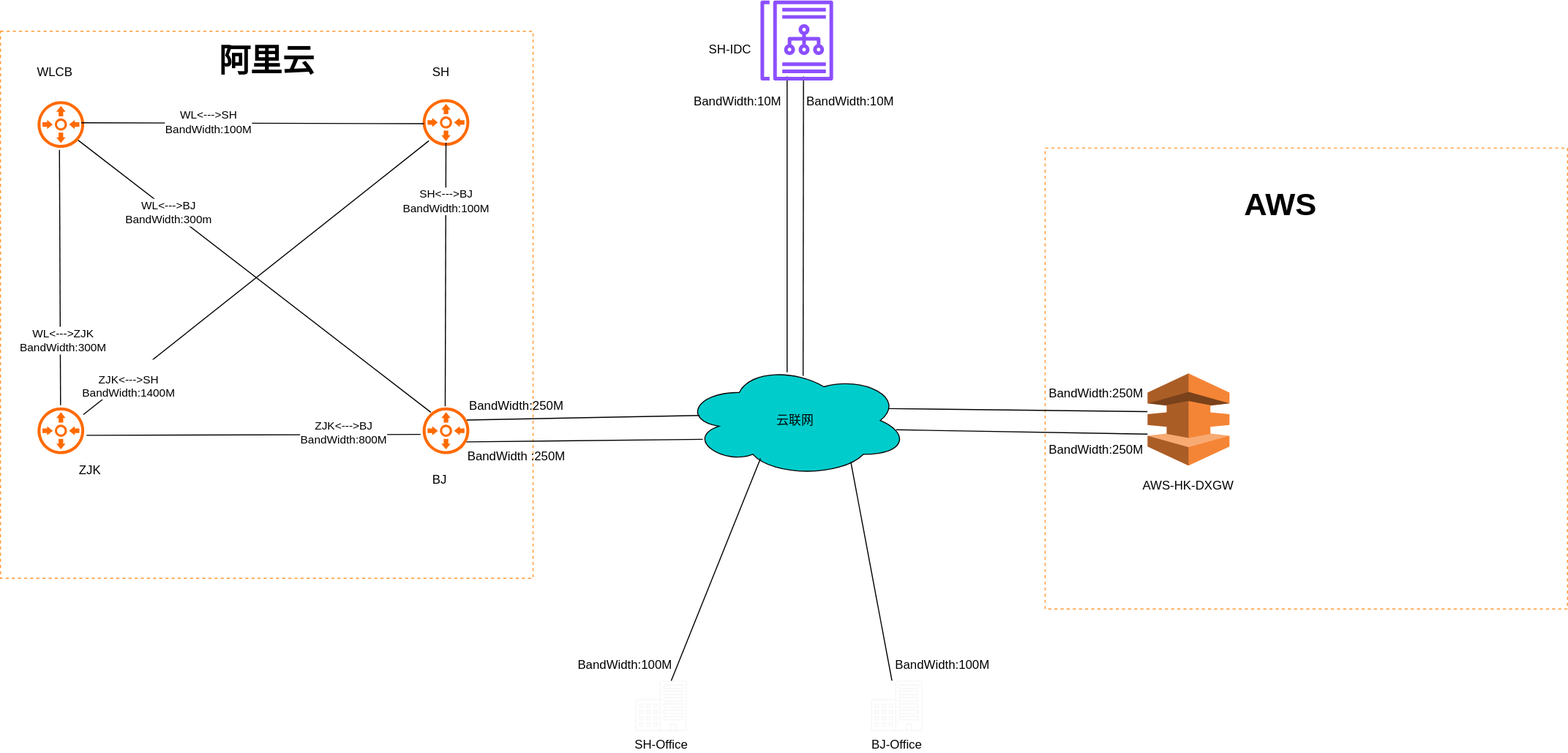
Above: traffic.svg in FailEnd/ITPortal (draw.io), before the change. Source tidied: cells renumbered, new cells last; positions are measured from the earlier drawing's top-left corner, leaving out a move shared by most shapes.
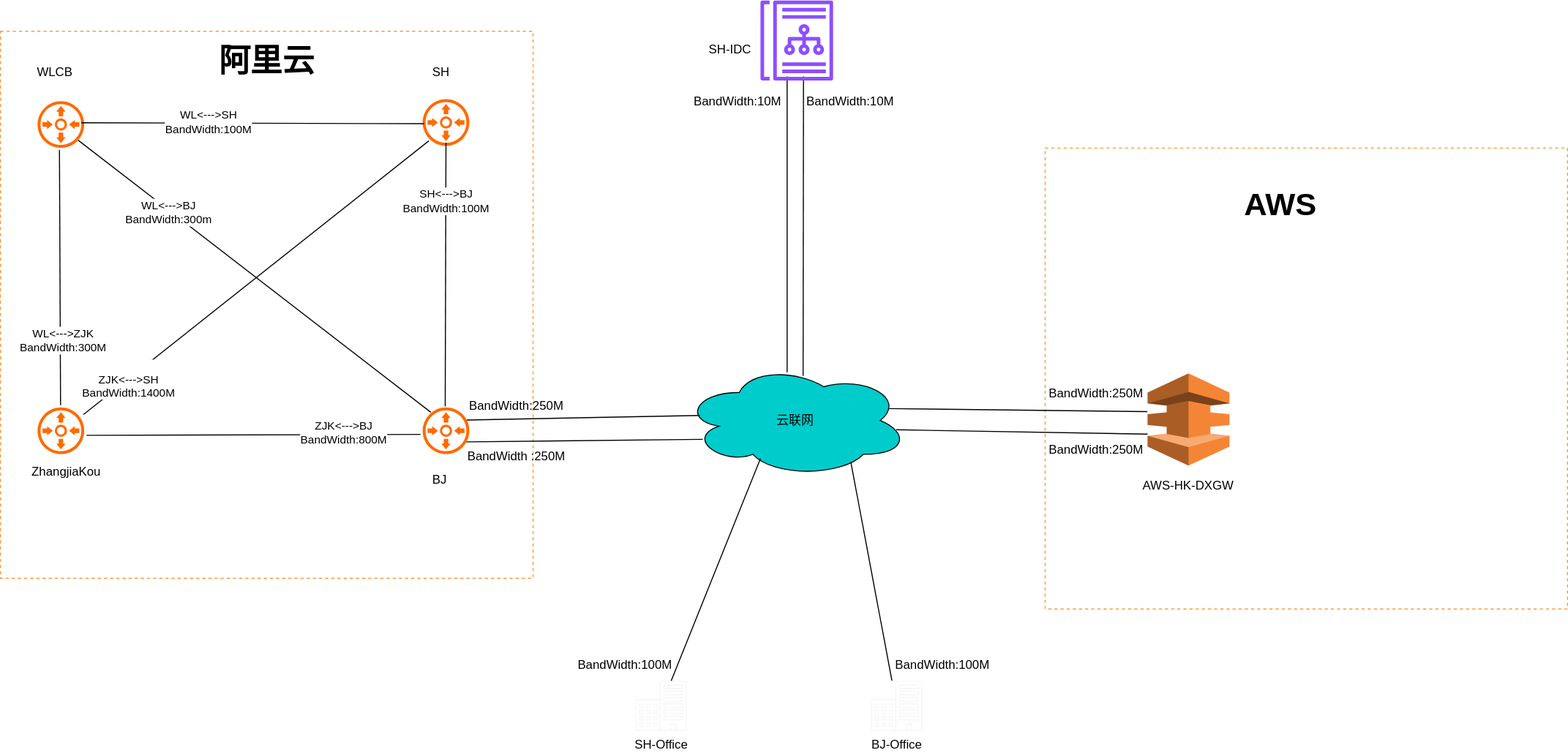
The same diagram one commit later.

The edit, as a diff of the source:
```diff
@@ -2,7 +2,7 @@
   <root>
     <mxCell id="0" />
     <mxCell id="1" parent="0" />
-    <mxCell id="2" style="rounded=0;whiteSpace=wrap;html=1;strokeColor=#FF9933;dashed=1;" parent="1" vertex="1">
+    <mxCell id="2" style="rounded=0;whiteSpace=wrap;html=1;strokeColor=#FF9933;dashed=1;gradientColor=none;" parent="1" vertex="1">
       <mxGeometry y="30" width="520" height="534" as="geometry" />
     </mxCell>
     <mxCell id="3" style="rounded=0;whiteSpace=wrap;html=1;strokeColor=#FF9933;dashed=1;" parent="1" vertex="1">
@@ -152,8 +152,8 @@
     <mxCell id="47" value="BJ-Office" style="sketch=0;verticalLabelPosition=bottom;sketch=0;html=1;verticalAlign=top;strokeColor=none;fillColor=light-dark(#f8f7f7, #ededed);align=center;shape=mxgraph.citrix2.office;" parent="1" vertex="1">
       <mxGeometry x="850" y="664" width="50" height="49.2" as="geometry" />
     </mxCell>
-    <mxCell id="48" value="&lt;span style=&quot;color: rgb(0, 0, 0); font-family: Helvetica; font-size: 12px; font-style: normal; font-variant-ligatures: normal; font-variant-caps: normal; font-weight: 400; letter-spacing: normal; orphans: 2; text-align: center; text-indent: 0px; text-transform: none; widows: 2; word-spacing: 0px; -webkit-text-stroke-width: 0px; white-space: nowrap; background-color: rgb(255, 255, 255); text-decoration-thickness: initial; text-decoration-style: initial; text-decoration-color: initial; display: inline !important; float: none;&quot;&gt;ZJK&lt;/span&gt;" style="text;whiteSpace=wrap;html=1;" parent="1" vertex="1">
-      <mxGeometry x="75" y="445" width="70" height="40" as="geometry" />
-    </mxCell>
+    <mxCell id="49" value="ZhangjiaKou" style="text;strokeColor=none;align=center;fillColor=none;html=1;verticalAlign=middle;whiteSpace=wrap;rounded=0;fontColor=default;" parent="1" vertex="1">
+      <mxGeometry x="29" y="445" width="71" height="30" as="geometry" />
+    </mxCell>
   </root>
 </mxGraphModel>
```
